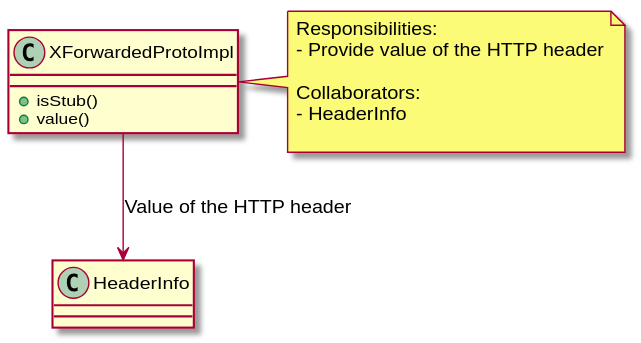
This is docs/documentation/doxygen/inline_umlgraph_6.svg from Laukkala/cfe_16, a PlantUML export, as it was before one commit.
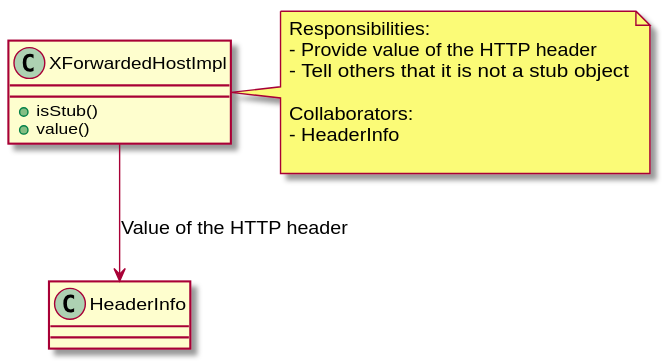
The same file after the commit.

Diff of the diagram source:
```diff
@@ -1,14 +1,15 @@
 @startuml inline_umlgraph_6.svg
-class XForwardedProtoImpl {
+class XForwardedHostImpl {
   + isStub()
   + value()
 }
 
-XForwardedProtoImpl --> HeaderInfo : Value of the HTTP header
+XForwardedHostImpl --> HeaderInfo : Value of the HTTP header
 
-note right of XForwardedProtoImpl
+note right of XForwardedHostImpl
 Responsibilities:
 - Provide value of the HTTP header
+- Tell others that it is not a stub object
 
 Collaborators:
 - HeaderInfo
```
